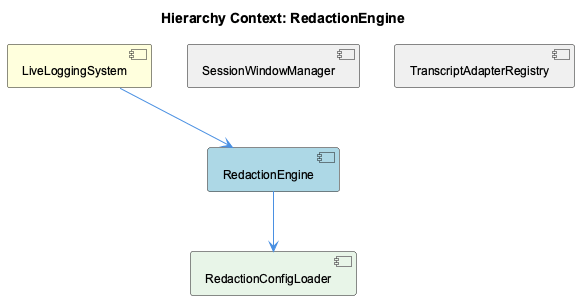
Before: knowledge-management/insights/images/redaction-engine-relationship.png, a diagram exported from PlantUML (fwornle/coding).
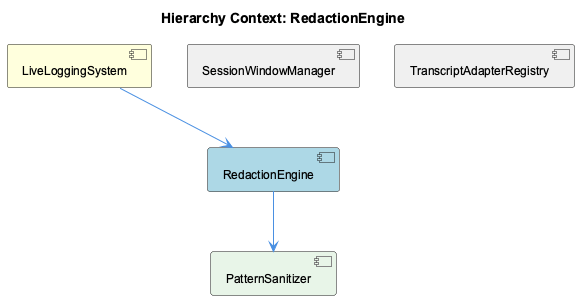
The same file after the commit.

Diff of the diagram source:
```diff
@@ -7,11 +7,11 @@
 [RedactionEngine] as redaction_engine #LightBlue
 [SessionWindowManager] as session_window_manager #F0F0F0
 [TranscriptAdapterRegistry] as transcript_adapter_registry #F0F0F0
-[RedactionConfigLoader] as redaction_config_loader #E8F5E8
+[PatternSanitizer] as pattern_sanitizer #E8F5E8
 
 live_logging_system --> redaction_engine
 session_window_manager -[hidden]- redaction_engine
 transcript_adapter_registry -[hidden]- redaction_engine
-redaction_engine --> redaction_config_loader
+redaction_engine --> pattern_sanitizer
 
 @enduml
```
